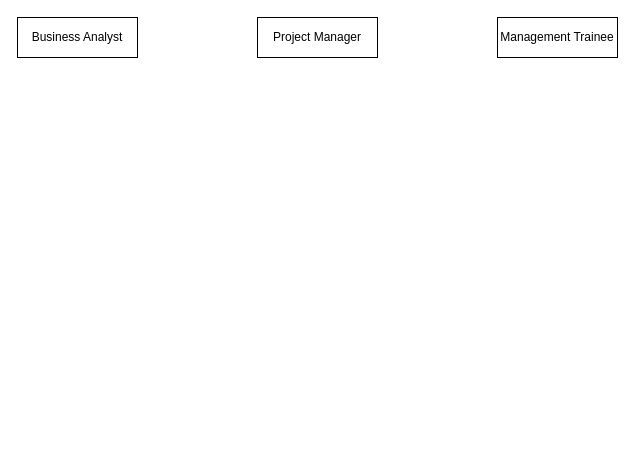
Before: Personal.drawio in hanggaa/Diagram, a draw.io diagram. Source tidied: cells renumbered, new cells numbered last; positions are measured from the earlier drawing's top-left corner, leaving out a move shared by most shapes. Both pictures are drawn from the tidied source at 100%, with x=0, y=0 at pixel (17, 17).
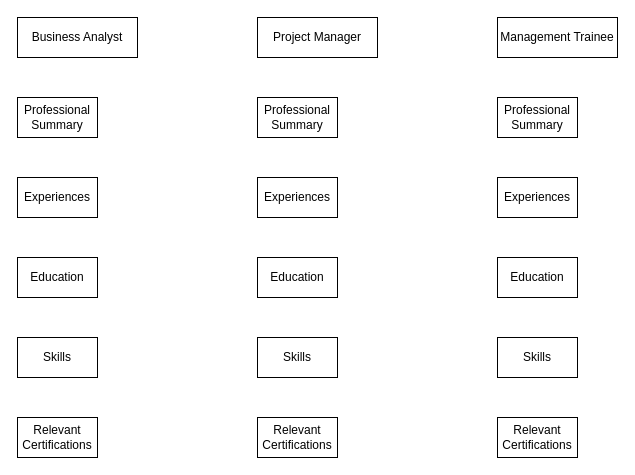
Above is the later version.

Change to the diagram source:
```diff
@@
 <mxGraphModel>
   <root>
     <mxCell id="0" />
     <mxCell id="1" parent="0" />
     <mxCell id="2" value="Business Analyst" style="rounded=0;whiteSpace=wrap;html=1;" parent="1" vertex="1">
       <mxGeometry width="120" height="40" as="geometry" />
     </mxCell>
     <mxCell id="3" value="Project Manager" style="rounded=0;whiteSpace=wrap;html=1;" parent="1" vertex="1">
       <mxGeometry x="240" width="120" height="40" as="geometry" />
     </mxCell>
     <mxCell id="4" value="Management Trainee" style="rounded=0;whiteSpace=wrap;html=1;" parent="1" vertex="1">
       <mxGeometry x="480" width="120" height="40" as="geometry" />
     </mxCell>
+    <mxCell id="5" value="Professional Summary" style="rounded=0;whiteSpace=wrap;html=1;" parent="1" vertex="1">
+      <mxGeometry y="80" width="80" height="40" as="geometry" />
+    </mxCell>
+    <mxCell id="6" value="Experiences" style="rounded=0;whiteSpace=wrap;html=1;" parent="1" vertex="1">
+      <mxGeometry y="160" width="80" height="40" as="geometry" />
+    </mxCell>
+    <mxCell id="7" value="Education" style="rounded=0;whiteSpace=wrap;html=1;" parent="1" vertex="1">
+      <mxGeometry y="240" width="80" height="40" as="geometry" />
+    </mxCell>
+    <mxCell id="8" value="Skills" style="rounded=0;whiteSpace=wrap;html=1;" parent="1" vertex="1">
+      <mxGeometry y="320" width="80" height="40" as="geometry" />
+    </mxCell>
+    <mxCell id="9" value="Relevant Certifications" style="rounded=0;whiteSpace=wrap;html=1;" parent="1" vertex="1">
+      <mxGeometry y="400" width="80" height="40" as="geometry" />
+    </mxCell>
+    <mxCell id="10" value="Professional Summary" style="rounded=0;whiteSpace=wrap;html=1;" parent="1" vertex="1">
+      <mxGeometry x="240" y="80" width="80" height="40" as="geometry" />
+    </mxCell>
+    <mxCell id="11" value="Experiences" style="rounded=0;whiteSpace=wrap;html=1;" parent="1" vertex="1">
+      <mxGeometry x="240" y="160" width="80" height="40" as="geometry" />
+    </mxCell>
+    <mxCell id="12" value="Education" style="rounded=0;whiteSpace=wrap;html=1;" parent="1" vertex="1">
+      <mxGeometry x="240" y="240" width="80" height="40" as="geometry" />
+    </mxCell>
+    <mxCell id="13" value="Skills" style="rounded=0;whiteSpace=wrap;html=1;" parent="1" vertex="1">
+      <mxGeometry x="240" y="320" width="80" height="40" as="geometry" />
+    </mxCell>
+    <mxCell id="14" value="Relevant Certifications" style="rounded=0;whiteSpace=wrap;html=1;" parent="1" vertex="1">
+      <mxGeometry x="240" y="400" width="80" height="40" as="geometry" />
+    </mxCell>
+    <mxCell id="15" value="Professional Summary" style="rounded=0;whiteSpace=wrap;html=1;" parent="1" vertex="1">
+      <mxGeometry x="480" y="80" width="80" height="40" as="geometry" />
+    </mxCell>
+    <mxCell id="16" value="Experiences" style="rounded=0;whiteSpace=wrap;html=1;" parent="1" vertex="1">
+      <mxGeometry x="480" y="160" width="80" height="40" as="geometry" />
+    </mxCell>
+    <mxCell id="17" value="Education" style="rounded=0;whiteSpace=wrap;html=1;" parent="1" vertex="1">
+      <mxGeometry x="480" y="240" width="80" height="40" as="geometry" />
+    </mxCell>
+    <mxCell id="18" value="Skills" style="rounded=0;whiteSpace=wrap;html=1;" parent="1" vertex="1">
+      <mxGeometry x="480" y="320" width="80" height="40" as="geometry" />
+    </mxCell>
+    <mxCell id="19" value="Relevant Certifications" style="rounded=0;whiteSpace=wrap;html=1;" parent="1" vertex="1">
+      <mxGeometry x="480" y="400" width="80" height="40" as="geometry" />
+    </mxCell>
   </root>
 </mxGraphModel>
```
